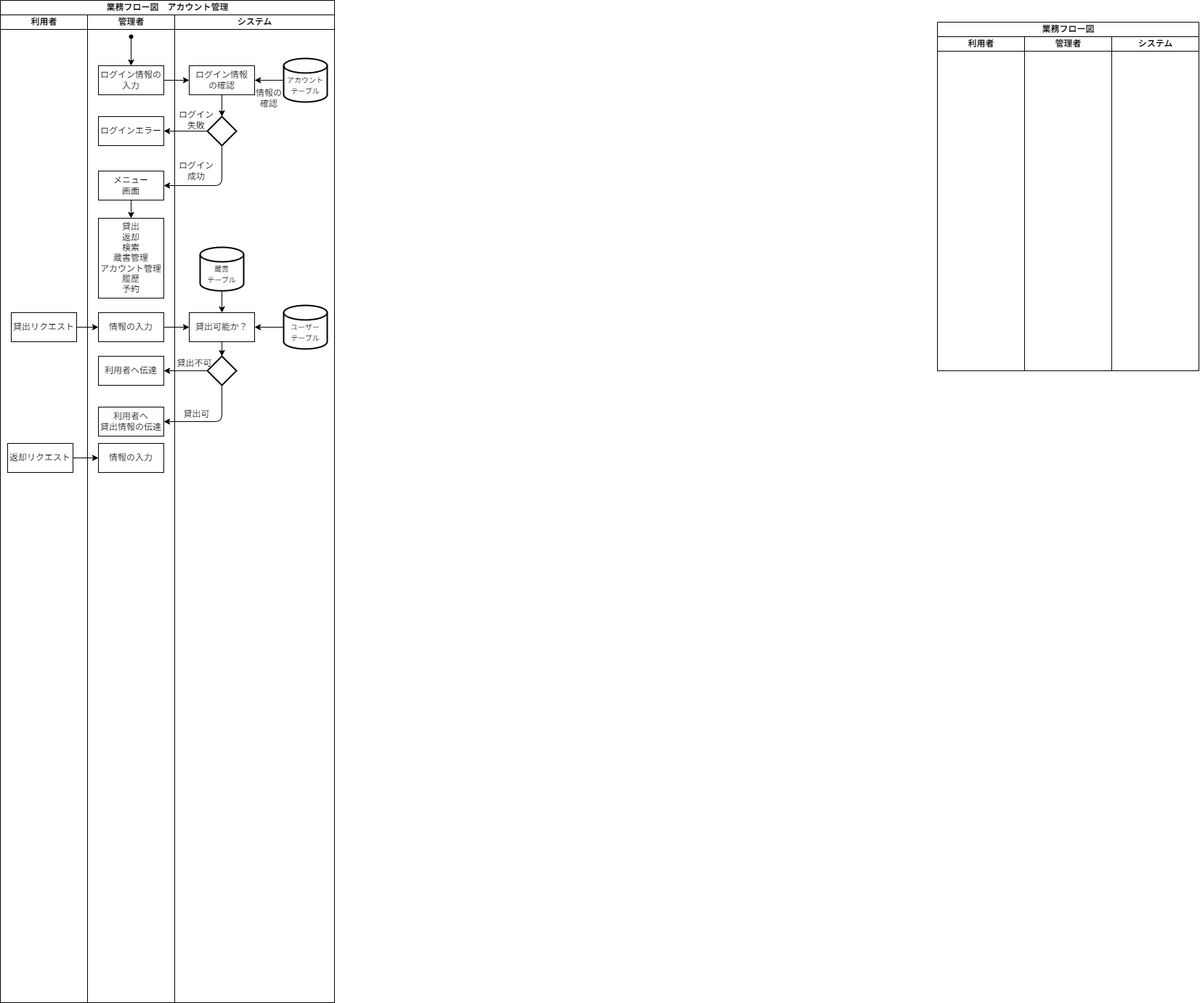
The draw.io diagram documents/diagrams/業務フロー図.drawio.png in OMEGA-himajin/book_database, before a commit. Source tidied: cells renumbered, new cells last; positions are measured from the earlier drawing's top-left corner, leaving out a move shared by most shapes.
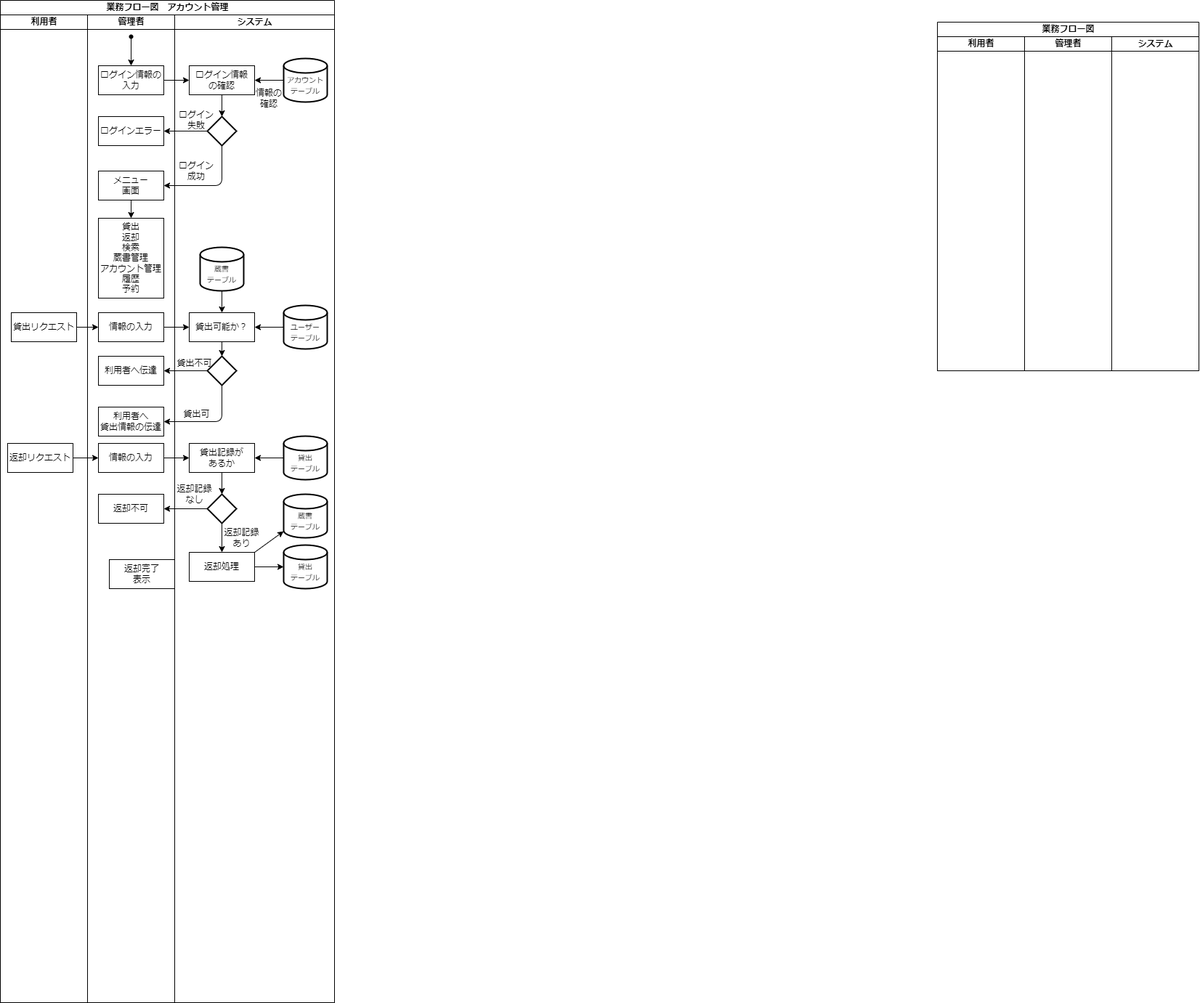
The same diagram one commit later.

Change to the diagram source:
```diff
@@ -64,6 +64,12 @@
     <mxCell id="21" value="情報の入力" style="rounded=0;whiteSpace=wrap;html=1;labelBackgroundColor=#FFFFFF;strokeColor=#000000;fontColor=#000000;fillColor=none;" parent="10" vertex="1">
       <mxGeometry x="15" y="590" width="90" height="40" as="geometry" />
     </mxCell>
+    <mxCell id="48" value="返却不可" style="rounded=0;whiteSpace=wrap;html=1;labelBackgroundColor=#FFFFFF;strokeColor=#000000;fontColor=#000000;fillColor=none;" parent="10" vertex="1">
+      <mxGeometry x="15" y="660" width="90" height="40" as="geometry" />
+    </mxCell>
+    <mxCell id="49" value="返却完了&lt;br&gt;表示" style="rounded=0;whiteSpace=wrap;html=1;labelBackgroundColor=#FFFFFF;strokeColor=#000000;fontColor=#000000;fillColor=none;" parent="10" vertex="1">
+      <mxGeometry x="30" y="750" width="90" height="40" as="geometry" />
+    </mxCell>
     <mxCell id="22" style="edgeStyle=none;html=1;strokeColor=#000000;fontColor=#000000;" parent="6" edge="1" source="11" target="28">
       <mxGeometry relative="1" as="geometry" />
     </mxCell>
@@ -80,6 +86,28 @@
     <mxCell id="25" style="edgeStyle=none;html=1;entryX=0;entryY=0.5;entryDx=0;entryDy=0;strokeColor=#000000;fontSize=10;fontColor=#000000;" parent="6" edge="1" source="8" target="18">
       <mxGeometry relative="1" as="geometry" />
     </mxCell>
+    <mxCell id="44" style="edgeStyle=none;html=1;entryX=0;entryY=0.5;entryDx=0;entryDy=0;strokeColor=#000000;fontSize=10;fontColor=#FFFFFF;" parent="6" edge="1" source="18" target="36">
+      <mxGeometry relative="1" as="geometry" />
+    </mxCell>
+    <mxCell id="45" style="edgeStyle=none;html=1;exitX=0;exitY=0.5;exitDx=0;exitDy=0;exitPerimeter=0;strokeColor=#000000;fontSize=10;fontColor=#FFFFFF;" parent="6" edge="1" source="41" target="19">
+      <mxGeometry relative="1" as="geometry" />
+    </mxCell>
+    <mxCell id="46" style="edgeStyle=none;html=1;exitX=0.5;exitY=1;exitDx=0;exitDy=0;exitPerimeter=0;entryX=1;entryY=0.5;entryDx=0;entryDy=0;strokeColor=#000000;fontSize=10;fontColor=#FFFFFF;" parent="6" edge="1" source="41" target="20">
+      <mxGeometry relative="1" as="geometry">
+        <Array as="points">
+          <mxPoint x="305" y="580" />
+        </Array>
+      </mxGeometry>
+    </mxCell>
+    <mxCell id="47" style="edgeStyle=none;html=1;strokeColor=#000000;fontSize=10;fontColor=#FFFFFF;" parent="6" edge="1" source="9" target="21">
+      <mxGeometry relative="1" as="geometry" />
+    </mxCell>
+    <mxCell id="50" style="edgeStyle=none;html=1;entryX=0;entryY=0.5;entryDx=0;entryDy=0;strokeColor=#000000;" parent="6" edge="1" source="21" target="55">
+      <mxGeometry relative="1" as="geometry" />
+    </mxCell>
+    <mxCell id="51" style="edgeStyle=none;html=1;strokeColor=#000000;" parent="6" edge="1" source="57" target="48">
+      <mxGeometry relative="1" as="geometry" />
+    </mxCell>
     <mxCell id="26" value="&lt;font color=&quot;#000000&quot;&gt;システム&lt;/font&gt;" style="swimlane;startSize=20;html=1;fillColor=none;strokeColor=#000000;" parent="6" vertex="1">
       <mxGeometry x="240" y="20" width="220" height="1360" as="geometry" />
     </mxCell>
@@ -136,21 +164,44 @@
     <mxCell id="43" value="貸出可" style="text;html=1;strokeColor=none;fillColor=none;align=center;verticalAlign=middle;whiteSpace=wrap;rounded=0;labelBackgroundColor=none;fontColor=#000000;" parent="26" vertex="1">
       <mxGeometry x="2.5" y="540" width="55" height="20" as="geometry" />
     </mxCell>
-    <mxCell id="44" style="edgeStyle=none;html=1;entryX=0;entryY=0.5;entryDx=0;entryDy=0;strokeColor=#000000;fontSize=10;fontColor=#FFFFFF;" parent="6" edge="1" source="18" target="36">
-      <mxGeometry relative="1" as="geometry" />
-    </mxCell>
-    <mxCell id="45" style="edgeStyle=none;html=1;exitX=0;exitY=0.5;exitDx=0;exitDy=0;exitPerimeter=0;strokeColor=#000000;fontSize=10;fontColor=#FFFFFF;" parent="6" edge="1" source="41" target="19">
-      <mxGeometry relative="1" as="geometry" />
-    </mxCell>
-    <mxCell id="46" style="edgeStyle=none;html=1;exitX=0.5;exitY=1;exitDx=0;exitDy=0;exitPerimeter=0;entryX=1;entryY=0.5;entryDx=0;entryDy=0;strokeColor=#000000;fontSize=10;fontColor=#FFFFFF;" parent="6" edge="1" source="41" target="20">
-      <mxGeometry relative="1" as="geometry">
-        <Array as="points">
-          <mxPoint x="305" y="580" />
-        </Array>
-      </mxGeometry>
-    </mxCell>
-    <mxCell id="47" style="edgeStyle=none;html=1;strokeColor=#000000;fontSize=10;fontColor=#FFFFFF;" parent="6" edge="1" source="9" target="21">
-      <mxGeometry relative="1" as="geometry" />
-    </mxCell>
+    <mxCell id="52" style="edgeStyle=none;html=1;entryX=1;entryY=0.5;entryDx=0;entryDy=0;strokeColor=#000000;" parent="26" edge="1" source="53" target="55">
+      <mxGeometry relative="1" as="geometry" />
+    </mxCell>
+    <mxCell id="53" value="&lt;font style=&quot;font-size: 10px;&quot;&gt;&lt;br&gt;貸出&lt;br&gt;テーブル&lt;br&gt;&lt;/font&gt;" style="strokeWidth=2;html=1;shape=mxgraph.flowchart.database;whiteSpace=wrap;labelBackgroundColor=none;strokeColor=#000000;fontColor=#000000;fillColor=none;" parent="26" vertex="1">
+      <mxGeometry x="150" y="580" width="60" height="60" as="geometry" />
+    </mxCell>
+    <mxCell id="54" style="edgeStyle=none;html=1;entryX=0.5;entryY=0;entryDx=0;entryDy=0;entryPerimeter=0;strokeColor=#000000;" parent="26" edge="1" source="55" target="57">
+      <mxGeometry relative="1" as="geometry" />
+    </mxCell>
+    <mxCell id="55" value="貸出記録が&lt;br&gt;あるか" style="rounded=0;whiteSpace=wrap;html=1;labelBackgroundColor=#FFFFFF;strokeColor=#000000;fontColor=#000000;fillColor=none;" parent="26" vertex="1">
+      <mxGeometry x="20" y="590" width="90" height="40" as="geometry" />
+    </mxCell>
+    <mxCell id="56" style="edgeStyle=none;html=1;entryX=0.5;entryY=0;entryDx=0;entryDy=0;strokeColor=#000000;" parent="26" edge="1" source="57" target="61">
+      <mxGeometry relative="1" as="geometry" />
+    </mxCell>
+    <mxCell id="57" style="strokeWidth=2;html=1;shape=mxgraph.flowchart.decision;whiteSpace=wrap;labelBackgroundColor=#FFFFFF;strokeColor=#000000;fontColor=#000000;fillColor=default;" parent="26" vertex="1">
+      <mxGeometry x="45" y="660" width="40" height="40" as="geometry" />
+    </mxCell>
+    <mxCell id="58" value="返却記録なし" style="text;html=1;strokeColor=none;fillColor=none;align=center;verticalAlign=middle;whiteSpace=wrap;rounded=0;labelBackgroundColor=none;fontColor=#000000;" parent="26" vertex="1">
+      <mxGeometry y="650" width="55" height="20" as="geometry" />
+    </mxCell>
+    <mxCell id="59" style="edgeStyle=none;html=1;entryX=0;entryY=0.5;entryDx=0;entryDy=0;entryPerimeter=0;strokeColor=#000000;" parent="26" edge="1" source="61" target="63">
+      <mxGeometry relative="1" as="geometry" />
+    </mxCell>
+    <mxCell id="60" style="edgeStyle=none;html=1;exitX=1;exitY=0;exitDx=0;exitDy=0;entryX=0;entryY=0.85;entryDx=0;entryDy=0;entryPerimeter=0;strokeColor=#000000;" parent="26" edge="1" source="61" target="64">
+      <mxGeometry relative="1" as="geometry" />
+    </mxCell>
+    <mxCell id="61" value="返却処理" style="rounded=0;whiteSpace=wrap;html=1;labelBackgroundColor=#FFFFFF;strokeColor=#000000;fontColor=#000000;fillColor=none;" parent="26" vertex="1">
+      <mxGeometry x="20" y="740" width="90" height="40" as="geometry" />
+    </mxCell>
+    <mxCell id="62" value="返却記録&lt;br&gt;あり" style="text;html=1;strokeColor=none;fillColor=none;align=center;verticalAlign=middle;whiteSpace=wrap;rounded=0;labelBackgroundColor=none;fontColor=#000000;" parent="26" vertex="1">
+      <mxGeometry x="65" y="710" width="55" height="20" as="geometry" />
+    </mxCell>
+    <mxCell id="63" value="&lt;font style=&quot;font-size: 10px;&quot;&gt;&lt;br&gt;貸出&lt;br&gt;テーブル&lt;br&gt;&lt;/font&gt;" style="strokeWidth=2;html=1;shape=mxgraph.flowchart.database;whiteSpace=wrap;labelBackgroundColor=none;strokeColor=#000000;fontColor=#000000;fillColor=none;" parent="26" vertex="1">
+      <mxGeometry x="150" y="730" width="60" height="60" as="geometry" />
+    </mxCell>
+    <mxCell id="64" value="&lt;font style=&quot;font-size: 10px;&quot;&gt;&lt;br&gt;蔵書&lt;br&gt;テーブル&lt;br&gt;&lt;/font&gt;" style="strokeWidth=2;html=1;shape=mxgraph.flowchart.database;whiteSpace=wrap;labelBackgroundColor=none;strokeColor=#000000;fontColor=#000000;fillColor=none;" parent="26" vertex="1">
+      <mxGeometry x="150" y="660" width="60" height="60" as="geometry" />
+    </mxCell>
   </root>
 </mxGraphModel>
```
